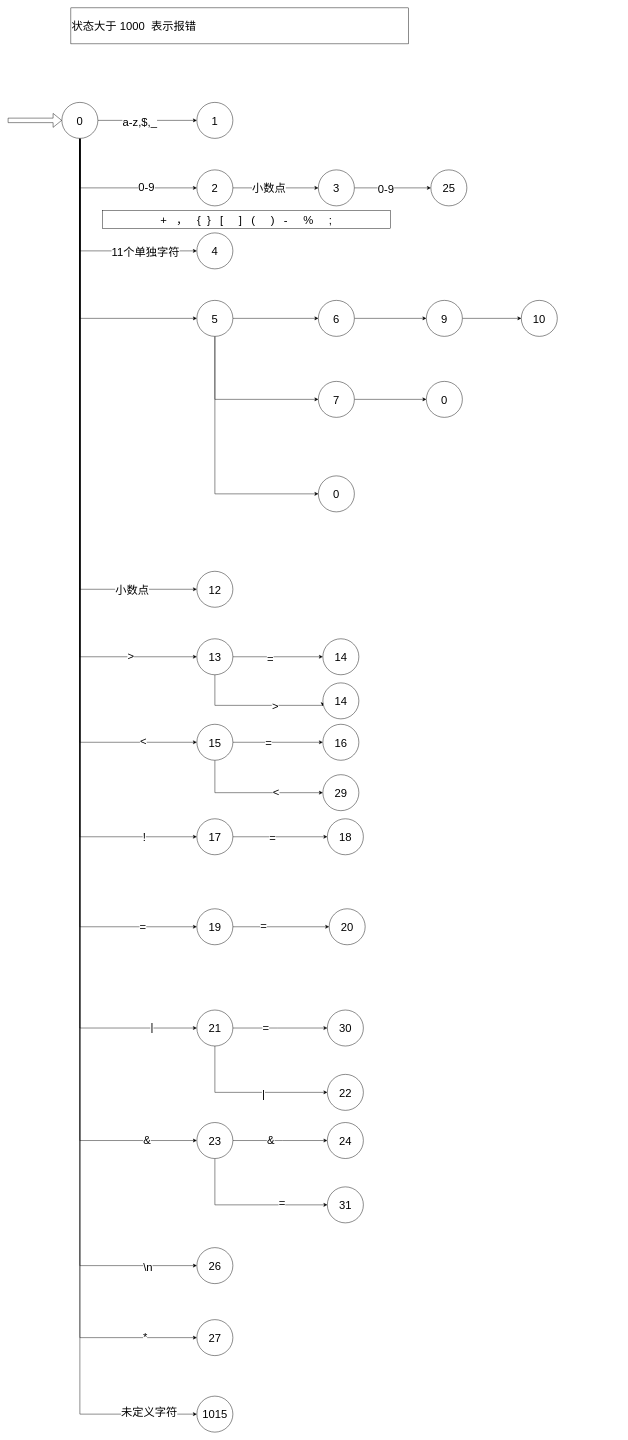
This is 未命名绘图.drawio from getenwind/test, a draw.io file, before an edit. Source tidied: cells renumbered, new cells numbered last; positions are measured from the earlier drawing's top-left corner, leaving out a move shared by most shapes. Both pictures are drawn from the tidied source at 45%, with x=0, y=0 at pixel (8, 8).
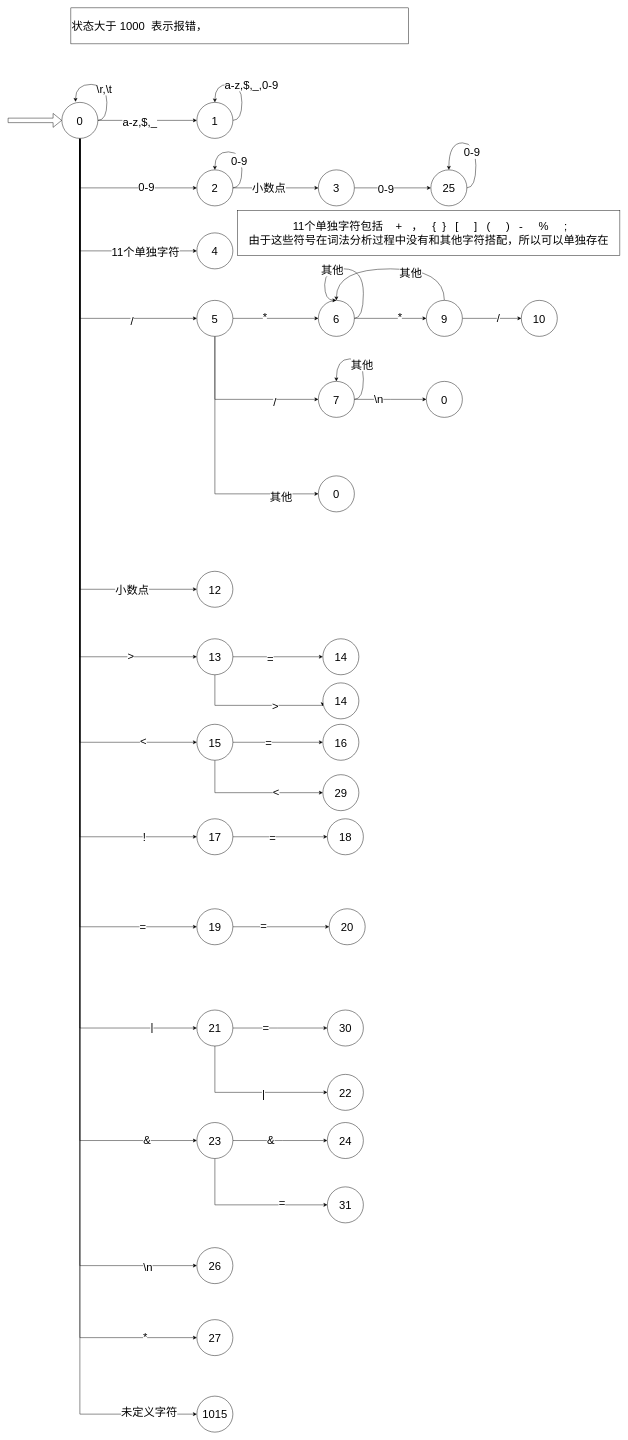
Above is the later version.

Commit message:
更新未命名绘图.drawio

The change refers to these unchanged cells:
```xml
<mxCell id="8" style="edgeStyle=orthogonalEdgeStyle;rounded=0;jettySize=auto;html=1;exitX=0.5;exitY=1;exitDx=0;exitDy=0;entryX=0;entryY=0.5;entryDx=0;entryDy=0;fontSize=25;" parent="1" edge="1" source="29" target="38">
  <mxGeometry relative="1" as="geometry" />
</mxCell>
<mxCell id="29" value="0" style="ellipse;whiteSpace=wrap;html=1;fontSize=25;" parent="1" vertex="1">
  <mxGeometry x="120" y="210" width="80" height="80" as="geometry" />
</mxCell>
<mxCell id="30" value="1" style="ellipse;whiteSpace=wrap;html=1;fontSize=25;" parent="1" vertex="1">
  <mxGeometry x="420" y="210" width="80" height="80" as="geometry" />
</mxCell>
<mxCell id="33" value="2" style="ellipse;whiteSpace=wrap;html=1;fontSize=25;" parent="1" vertex="1">
  <mxGeometry x="420" y="360" width="80" height="80" as="geometry" />
</mxCell>
<mxCell id="35" style="edgeStyle=orthogonalEdgeStyle;rounded=0;jettySize=auto;html=1;exitX=1;exitY=0.5;exitDx=0;exitDy=0;fontSize=25;" parent="1" edge="1" source="38" target="75">
  <mxGeometry relative="1" as="geometry" />
</mxCell>
<mxCell id="36" style="edgeStyle=orthogonalEdgeStyle;rounded=0;jettySize=auto;html=1;exitX=0.5;exitY=1;exitDx=0;exitDy=0;entryX=0;entryY=0.5;entryDx=0;entryDy=0;fontSize=25;" parent="1" edge="1" source="38" target="80">
  <mxGeometry relative="1" as="geometry" />
</mxCell>
<mxCell id="37" style="edgeStyle=orthogonalEdgeStyle;rounded=0;jettySize=auto;html=1;exitX=0.5;exitY=1;exitDx=0;exitDy=0;entryX=0;entryY=0.5;entryDx=0;entryDy=0;fontSize=25;" parent="1" edge="1" source="38" target="81">
  <mxGeometry relative="1" as="geometry" />
</mxCell>
<mxCell id="73" value="25" style="ellipse;whiteSpace=wrap;html=1;fontSize=25;" parent="1" vertex="1">
  <mxGeometry x="940" y="360" width="80" height="80" as="geometry" />
</mxCell>
<mxCell id="74" style="edgeStyle=orthogonalEdgeStyle;rounded=0;jettySize=auto;html=1;exitX=1;exitY=0.5;exitDx=0;exitDy=0;entryX=0;entryY=0.5;entryDx=0;entryDy=0;fontSize=25;" parent="1" edge="1" source="75" target="77">
  <mxGeometry relative="1" as="geometry" />
</mxCell>
<mxCell id="75" value="6" style="ellipse;whiteSpace=wrap;html=1;fontSize=25;" parent="1" vertex="1">
  <mxGeometry x="690" y="650" width="80" height="80" as="geometry" />
</mxCell>
<mxCell id="76" style="edgeStyle=orthogonalEdgeStyle;rounded=0;jettySize=auto;html=1;exitX=1;exitY=0.5;exitDx=0;exitDy=0;fontSize=25;" parent="1" edge="1" source="77" target="78">
  <mxGeometry relative="1" as="geometry" />
</mxCell>
<mxCell id="77" value="9" style="ellipse;whiteSpace=wrap;html=1;fontSize=25;" parent="1" vertex="1">
  <mxGeometry x="930" y="650" width="80" height="80" as="geometry" />
</mxCell>
<mxCell id="80" value="7" style="ellipse;whiteSpace=wrap;html=1;fontSize=25;" parent="1" vertex="1">
  <mxGeometry x="690" y="830" width="80" height="80" as="geometry" />
</mxCell>
<mxCell id="82" value="0" style="ellipse;whiteSpace=wrap;html=1;fontSize=25;" parent="1" vertex="1">
  <mxGeometry x="930" y="830" width="80" height="80" as="geometry" />
</mxCell>
```

What changed in the source:
```diff
@@
+    <mxCell id="95" value="/" style="edgeLabel;html=1;align=center;verticalAlign=middle;fontSize=25;" parent="8" vertex="1">
+      <mxGeometry x="0.56" y="-5" relative="1" as="geometry" />
+    </mxCell>
@@
+    <mxCell id="96" value="*" style="edgeLabel;html=1;align=center;verticalAlign=middle;fontSize=25;" parent="35" vertex="1">
+      <mxGeometry x="-0.26" y="4" relative="1" as="geometry" />
+    </mxCell>
@@
+    <mxCell id="97" value="/" style="edgeLabel;html=1;align=center;verticalAlign=middle;fontSize=25;" parent="36" vertex="1">
+      <mxGeometry x="0.47" y="-5" relative="1" as="geometry" />
+    </mxCell>
@@
+    <mxCell id="98" value="其他" style="edgeLabel;html=1;align=center;verticalAlign=middle;fontSize=25;" parent="37" vertex="1">
+      <mxGeometry x="0.71" y="-6" relative="1" as="geometry" />
+    </mxCell>
@@
+    <mxCell id="99" value="*" style="edgeLabel;html=1;align=center;verticalAlign=middle;fontSize=25;" parent="74" vertex="1">
+      <mxGeometry x="0.25" y="5" relative="1" as="geometry" />
+    </mxCell>
@@
+    <mxCell id="100" value="/" style="edgeLabel;html=1;align=center;verticalAlign=middle;fontSize=25;" parent="76" vertex="1">
+      <mxGeometry x="0.2" y="2" relative="1" as="geometry" />
+    </mxCell>
+    <mxCell id="101" style="edgeStyle=orthogonalEdgeStyle;curved=1;rounded=0;jettySize=auto;html=1;exitX=0.5;exitY=0;exitDx=0;exitDy=0;entryX=0.5;entryY=0;entryDx=0;entryDy=0;fontSize=25;" parent="1" edge="1" source="77" target="75">
+      <mxGeometry relative="1" as="geometry">
+        <Array as="points">
+          <mxPoint x="970" y="580" />
+          <mxPoint x="730" y="580" />
+        </Array>
+      </mxGeometry>
+    </mxCell>
+    <mxCell id="102" value="其他" style="edgeLabel;html=1;align=center;verticalAlign=middle;fontSize=25;" parent="101" vertex="1">
+      <mxGeometry x="-0.23" y="8" relative="1" as="geometry" />
+    </mxCell>
@@
     <mxCell id="79" style="edgeStyle=orthogonalEdgeStyle;rounded=0;jettySize=auto;html=1;exitX=1;exitY=0.5;exitDx=0;exitDy=0;fontSize=25;" parent="1" edge="1" source="80" target="82">
-      <mxGeometry relative="1" as="geometry" />
+      <mxGeometry relative="1" as="geometry">
+        <Array as="points">
+          <mxPoint x="850" y="870" />
+          <mxPoint x="850" y="870" />
+        </Array>
+      </mxGeometry>
     </mxCell>
+    <mxCell id="103" value="\n" style="edgeLabel;html=1;align=center;verticalAlign=middle;fontSize=25;" parent="79" vertex="1">
+      <mxGeometry x="-0.34" y="2" relative="1" as="geometry" />
+    </mxCell>
@@
-    <mxCell id="83" value="状态大于 1000&amp;nbsp; 表示报错&lt;div style=&quot;text-align: justify;&quot;&gt;&lt;/div&gt;" style="rounded=0;whiteSpace=wrap;html=1;fontSize=25;align=left;" parent="1" vertex="1">
+    <mxCell id="83" value="状态大于 1000&amp;nbsp; 表示报错，&lt;div style=&quot;text-align: justify;&quot;&gt;&lt;/div&gt;" style="rounded=0;whiteSpace=wrap;html=1;fontSize=25;align=left;" parent="1" vertex="1">
       <mxGeometry x="140" width="750" height="80" as="geometry" />
     </mxCell>
@@
-    <mxCell id="94" value="+&amp;nbsp; &amp;nbsp;，&amp;nbsp; &amp;nbsp;{&amp;nbsp; }&amp;nbsp; &amp;nbsp;[&amp;nbsp; &amp;nbsp; &amp;nbsp;]&amp;nbsp; &amp;nbsp;(&amp;nbsp; &amp;nbsp; &amp;nbsp;)&amp;nbsp; &amp;nbsp;-&amp;nbsp; &amp;nbsp; &amp;nbsp;%&amp;nbsp; &amp;nbsp; &amp;nbsp;;" style="rounded=0;whiteSpace=wrap;html=1;fontSize=25;" parent="1" vertex="1">
-      <mxGeometry x="210" y="450" width="640" height="40" as="geometry" />
+    <mxCell id="94" value="&amp;nbsp;11个单独字符包括&amp;nbsp; &amp;nbsp; +&amp;nbsp; &amp;nbsp;，&amp;nbsp; &amp;nbsp;{&amp;nbsp; }&amp;nbsp; &amp;nbsp;[&amp;nbsp; &amp;nbsp; &amp;nbsp;]&amp;nbsp; &amp;nbsp;(&amp;nbsp; &amp;nbsp; &amp;nbsp;)&amp;nbsp; &amp;nbsp;-&amp;nbsp; &amp;nbsp; &amp;nbsp;%&amp;nbsp; &amp;nbsp; &amp;nbsp;;&lt;br&gt;由于这些符号在词法分析过程中没有和其他字符搭配，所以可以单独存在" style="rounded=0;whiteSpace=wrap;html=1;fontSize=25;" parent="1" vertex="1">
+      <mxGeometry x="510" y="450" width="850" height="100" as="geometry" />
     </mxCell>
+    <mxCell id="104" style="edgeStyle=orthogonalEdgeStyle;curved=1;rounded=0;orthogonalLoop=1;jettySize=auto;html=1;exitX=1;exitY=0.5;exitDx=0;exitDy=0;entryX=0.379;entryY=-0.015;entryDx=0;entryDy=0;entryPerimeter=0;fontSize=25;" parent="1" edge="1" source="29" target="29">
+      <mxGeometry relative="1" as="geometry">
+        <Array as="points">
+          <mxPoint x="220" y="250" />
+          <mxPoint x="220" y="170" />
+          <mxPoint x="150" y="170" />
+        </Array>
+      </mxGeometry>
+    </mxCell>
+    <mxCell id="105" value="\r,\t" style="edgeLabel;html=1;align=center;verticalAlign=middle;fontSize=25;" parent="104" vertex="1">
+      <mxGeometry x="-0.12" y="7" relative="1" as="geometry" />
+    </mxCell>
+    <mxCell id="106" style="edgeStyle=orthogonalEdgeStyle;curved=1;rounded=0;orthogonalLoop=1;jettySize=auto;html=1;exitX=1;exitY=0.5;exitDx=0;exitDy=0;entryX=0.5;entryY=0;entryDx=0;entryDy=0;fontSize=25;" parent="1" edge="1" source="30" target="30">
+      <mxGeometry relative="1" as="geometry">
+        <Array as="points">
+          <mxPoint x="520" y="250" />
+          <mxPoint x="520" y="170" />
+          <mxPoint x="460" y="170" />
+        </Array>
+      </mxGeometry>
+    </mxCell>
+    <mxCell id="107" value="a-z,$,_,0-9" style="edgeLabel;html=1;align=center;verticalAlign=middle;fontSize=25;" parent="106" vertex="1">
+      <mxGeometry x="-0.15" y="6" relative="1" as="geometry">
+        <mxPoint x="26" y="-16" as="offset" />
+      </mxGeometry>
+    </mxCell>
+    <mxCell id="108" style="edgeStyle=orthogonalEdgeStyle;curved=1;rounded=0;orthogonalLoop=1;jettySize=auto;html=1;exitX=1;exitY=0.5;exitDx=0;exitDy=0;entryX=0.5;entryY=0;entryDx=0;entryDy=0;fontSize=25;" parent="1" edge="1" source="33" target="33">
+      <mxGeometry relative="1" as="geometry">
+        <Array as="points">
+          <mxPoint x="520" y="400" />
+          <mxPoint x="520" y="320" />
+          <mxPoint x="460" y="320" />
+        </Array>
+      </mxGeometry>
+    </mxCell>
+    <mxCell id="109" value="0-9" style="edgeLabel;html=1;align=center;verticalAlign=middle;fontSize=25;" parent="108" vertex="1">
+      <mxGeometry x="-0.18" y="7" relative="1" as="geometry" />
+    </mxCell>
+    <mxCell id="110" style="edgeStyle=orthogonalEdgeStyle;curved=1;rounded=0;orthogonalLoop=1;jettySize=auto;html=1;exitX=1;exitY=0.5;exitDx=0;exitDy=0;entryX=0.5;entryY=0;entryDx=0;entryDy=0;fontSize=25;" parent="1" edge="1" source="73" target="73">
+      <mxGeometry relative="1" as="geometry">
+        <Array as="points">
+          <mxPoint x="1040" y="400" />
+          <mxPoint x="1040" y="300" />
+          <mxPoint x="980" y="300" />
+        </Array>
+      </mxGeometry>
+    </mxCell>
+    <mxCell id="111" value="0-9" style="edgeLabel;html=1;align=center;verticalAlign=middle;fontSize=25;" parent="110" vertex="1">
+      <mxGeometry x="-0.16" y="10" relative="1" as="geometry" />
+    </mxCell>
+    <mxCell id="112" style="edgeStyle=orthogonalEdgeStyle;curved=1;rounded=0;orthogonalLoop=1;jettySize=auto;html=1;exitX=1;exitY=0.5;exitDx=0;exitDy=0;entryX=0.5;entryY=0;entryDx=0;entryDy=0;fontSize=25;" parent="1" edge="1" source="75" target="75">
+      <mxGeometry relative="1" as="geometry">
+        <Array as="points">
+          <mxPoint x="790" y="690" />
+          <mxPoint x="790" y="580" />
+          <mxPoint x="704" y="580" />
+          <mxPoint x="704" y="650" />
+        </Array>
+      </mxGeometry>
+    </mxCell>
+    <mxCell id="113" value="其他" style="edgeLabel;html=1;align=center;verticalAlign=middle;fontSize=25;" parent="112" vertex="1">
+      <mxGeometry x="0.09" y="-2" relative="1" as="geometry">
+        <mxPoint x="-30" y="2" as="offset" />
+      </mxGeometry>
+    </mxCell>
+    <mxCell id="114" style="edgeStyle=orthogonalEdgeStyle;curved=1;rounded=0;orthogonalLoop=1;jettySize=auto;html=1;exitX=1;exitY=0.5;exitDx=0;exitDy=0;entryX=0.5;entryY=0;entryDx=0;entryDy=0;fontSize=25;" parent="1" edge="1" source="80" target="80">
+      <mxGeometry relative="1" as="geometry">
+        <Array as="points">
+          <mxPoint x="790" y="870" />
+          <mxPoint x="790" y="780" />
+          <mxPoint x="730" y="780" />
+        </Array>
+      </mxGeometry>
+    </mxCell>
+    <mxCell id="115" value="其他" style="edgeLabel;html=1;align=center;verticalAlign=middle;fontSize=25;" parent="114" vertex="1">
+      <mxGeometry x="-0.1" y="4" relative="1" as="geometry" />
+    </mxCell>
```
